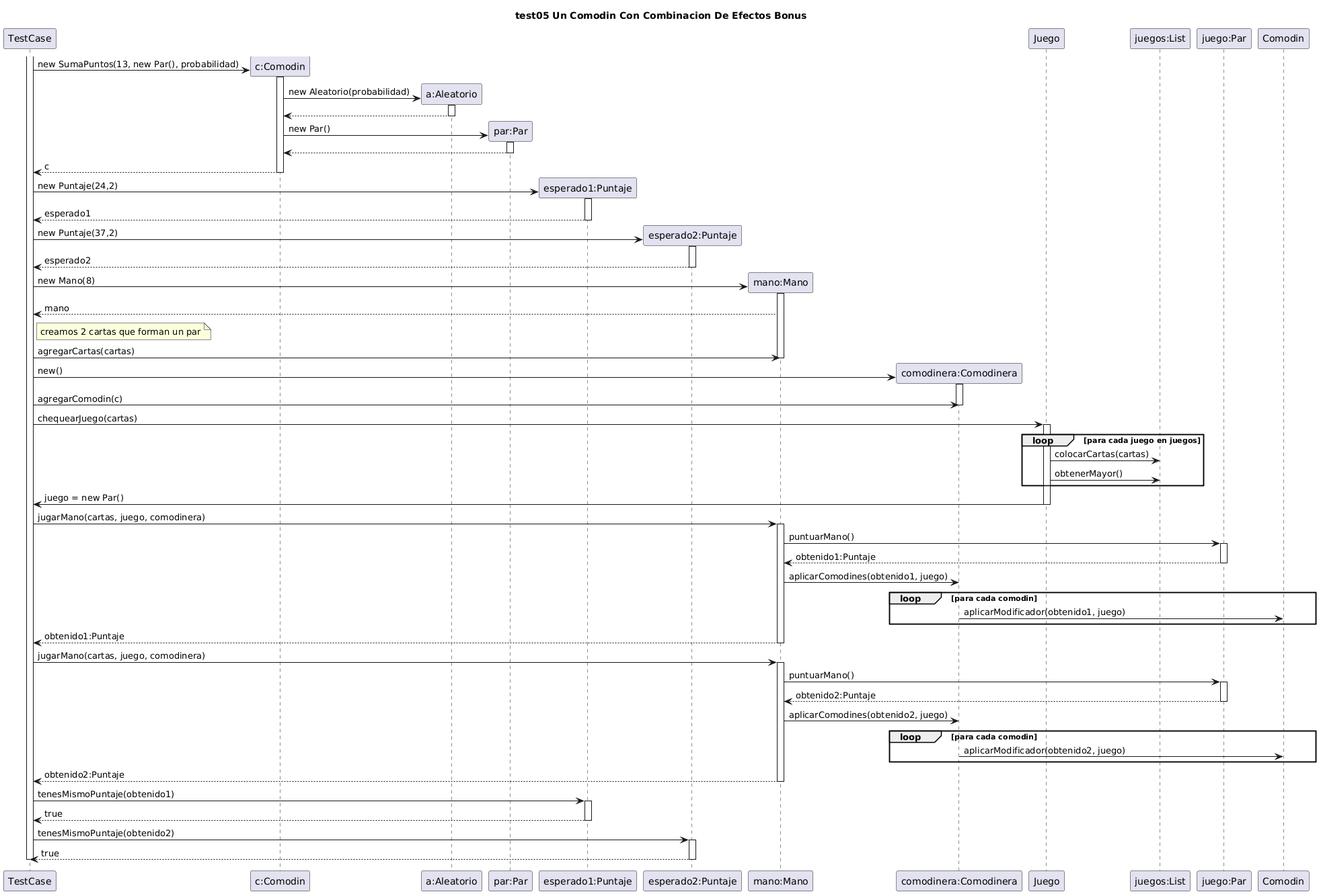
Before: diagrams/sequences/casoDeUso5.png, a diagram exported from PlantUML (facukresta/g06-tp2-2c-2024). Its source is kept beside it as diagrams/sequences/casoDeUso5.puml.
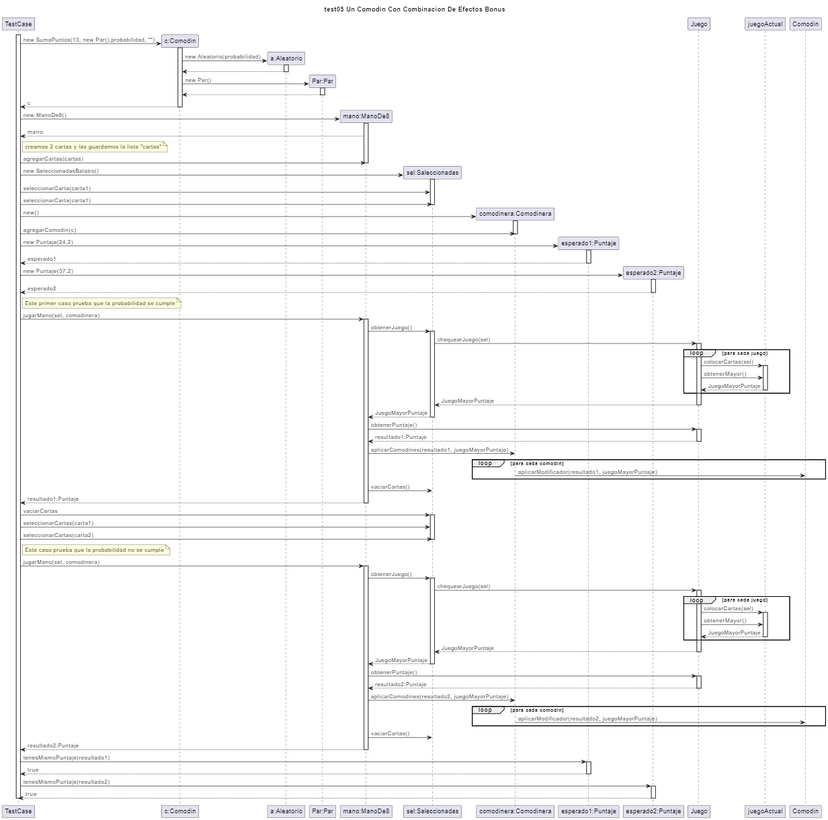
The same diagram one commit later.

The edit, as a diff of the source:
```diff
@@ -5,88 +5,135 @@
 
 activate TestCase
 
-TestCase -> "c:Comodin" as comodin **: new SumaPuntos(13, new Par(), probabilidad)
+TestCase -> "c:Comodin" as comodin **: new SumaPuntos(13, new Par(),probabilidad, "")
 
 activate comodin
 comodin -> "a:Aleatorio" as aleatorio **: new Aleatorio(probabilidad)
 activate aleatorio
 comodin <-- aleatorio
 deactivate aleatorio
-comodin -> "par:Par" as par ** : new Par()
-activate par
-comodin <-- par
-deactivate par
+comodin -> "Par:Par" as Par ** : new Par()
+activate Par
+comodin <-- Par
+deactivate Par
 TestCase <-- comodin : c
 deactivate comodin
+
+
+TestCase -> "mano:ManoDe8" as mano **: new ManoDe8()
+activate mano
+TestCase <-- mano : mano
+note right of TestCase: creamos 2 cartas y las guardamos la lista "cartas"
+TestCase -> mano : agregarCartas(cartas)
+deactivate mano
+
+TestCase -> "sel:Saleccionadas" as sel ** : new SeleccionadasBalatro()
+activate sel
+TestCase -> sel : seleccionarCarta(carta1)
+TestCase -> sel : seleccionarCarta(carta1)
+deactivate sel
+
+TestCase -> "comodinera:Comodinera" as comodinera **: new()
+activate comodinera
+TestCase -> comodinera : agregarComodin(c)
+deactivate comodinera
 
 TestCase -> "esperado1:Puntaje" as esperado1 **: new Puntaje(24,2)
 activate esperado1
 TestCase <-- esperado1 : esperado1
 deactivate esperado1
 
-
 TestCase -> "esperado2:Puntaje" as esperado2 **: new Puntaje(37,2)
 activate esperado2
 TestCase <-- esperado2 : esperado2
 deactivate esperado2
 
-TestCase -> "mano:Mano" as mano **: new Mano(8)
+note right of TestCase: Este primer caso prueba que la probabilidad se cumple
+TestCase -> mano : jugarMano(sel, comodinera)
 activate mano
-TestCase <-- mano : mano
-note right of TestCase: creamos 2 cartas que forman un par
-TestCase -> mano : agregarCartas(cartas)
+mano -> sel : obtenerJuego()
+activate sel
+sel -> "Juego" : chequearJuego(sel)
+activate Juego
+
+loop para cada juego
+Juego -> juegoActual : colocarCartas(sel)
+activate juegoActual
+Juego -> juegoActual : obtenerMayor()
+Juego <-- juegoActual : JuegoMayorPuntaje
+deactivate juegoActual
+end
+
+sel <-- Juego : JuegoMayorPuntaje
+deactivate Juego
+
+mano <-- sel : JuegoMayorPuntaje
+deactivate sel
+
+mano -> Juego : obtenerPuntaje()
+activate Juego
+mano <-- Juego : resultado1:Puntaje
+deactivate Juego
+
+mano -> comodinera : aplicarComodines(resultado1, juegoMayorPuntaje)
+loop para cada comodin
+comodinera -> "Comodin" : aplicarModificador(resultado1, juegoMayorPuntaje)
+end
+
+mano -> sel: vaciarCartas()
+
+TestCase <-- mano : resultado1:Puntaje
 deactivate mano
 
-TestCase -> "comodinera:Comodinera" as comodinera **: new()
-activate comodinera
-TestCase -> comodinera : agregarComodin(c)
-deactivate comodinera
+TestCase -> sel : vaciarCartas
+activate sel
+TestCase -> sel : seleccionarCartas(carta1)
+TestCase -> sel : seleccionarCartas(carta2)
+deactivate sel
 
+note right of TestCase: Este caso prueba que la probabilidad no se cumple
+TestCase -> mano : jugarMano(sel, comodinera)
+activate mano
+mano -> sel : obtenerJuego()
+activate sel
+sel -> "Juego" : chequearJuego(sel)
+activate Juego
 
-TestCase -> "Juego" as juego : chequearJuego(cartas)
-activate juego
-loop para cada juego en juegos
-juego -> "juegos:List" as juegos : colocarCartas(cartas)
-juego -> juegos: obtenerMayor()
+loop para cada juego
+Juego -> juegoActual : colocarCartas(sel)
+activate juegoActual
+Juego -> juegoActual : obtenerMayor()
+Juego <-- juegoActual : JuegoMayorPuntaje
+deactivate juegoActual
 end
-TestCase <- juego : juego = new Par()
-deactivate juego
 
+sel <-- Juego : JuegoMayorPuntaje
+deactivate Juego
 
-TestCase -> mano : jugarMano(cartas, juego, comodinera)
-activate mano
-mano -> "juego:Par" as mejor:  puntuarMano()
+mano <-- sel : JuegoMayorPuntaje
+deactivate sel
 
-activate mejor
-mano <-- mejor : obtenido1:Puntaje
-deactivate mejor
-mano -> comodinera : aplicarComodines(obtenido1, juego)
+mano -> Juego : obtenerPuntaje()
+activate Juego
+mano <-- Juego : resultado2:Puntaje
+deactivate Juego
+
+mano -> comodinera : aplicarComodines(resultado2, juegoMayorPuntaje)
 loop para cada comodin
-comodinera -> "Comodin" : aplicarModificador(obtenido1, juego)
+comodinera -> "Comodin" : aplicarModificador(resultado2, juegoMayorPuntaje)
 end
-TestCase <-- mano : obtenido1:Puntaje
+
+mano -> sel: vaciarCartas()
+
+TestCase <-- mano : resultado2:Puntaje
 deactivate mano
 
-TestCase -> mano : jugarMano(cartas, juego, comodinera)
-activate mano
-mano -> "juego:Par" as mejor:  puntuarMano()
-
-activate mejor
-mano <-- mejor : obtenido2:Puntaje
-deactivate mejor
-mano -> comodinera : aplicarComodines(obtenido2, juego)
-loop para cada comodin
-comodinera -> "Comodin" : aplicarModificador(obtenido2, juego)
-end
-TestCase <-- mano : obtenido2:Puntaje
-deactivate mano
-
-TestCase -> esperado1 : tenesMismoPuntaje(obtenido1)
+TestCase -> esperado1 : tenesMismoPuntaje(resultado1)
 activate esperado1
 TestCase <-- esperado1 : true
 deactivate esperado1
 
-TestCase -> esperado2 : tenesMismoPuntaje(obtenido2)
+TestCase -> esperado2 : tenesMismoPuntaje(resultado2)
 activate esperado2
 TestCase <-- esperado2 : true
 deactivate esperado2
```
